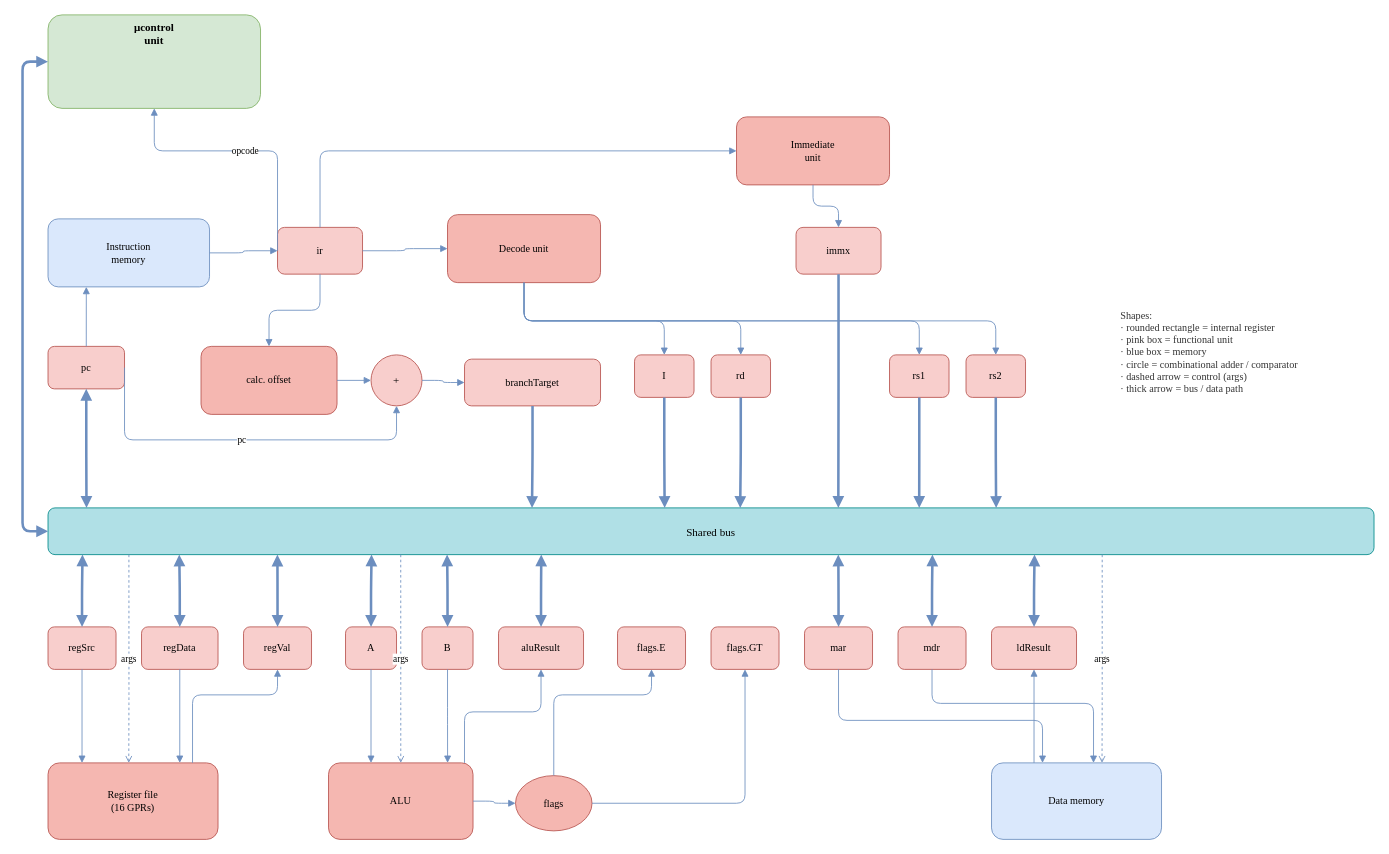
Before: control unit/docs/diagrams/datapath_overview.drawio in garv-iitr/Monolith, a draw.io diagram. Source tidied: cells renumbered, new cells numbered last; positions are measured from the earlier drawing's top-left corner, leaving out a move shared by most shapes. Both pictures are drawn from the tidied source at 85%, with x=0, y=0 at pixel (22, 14).
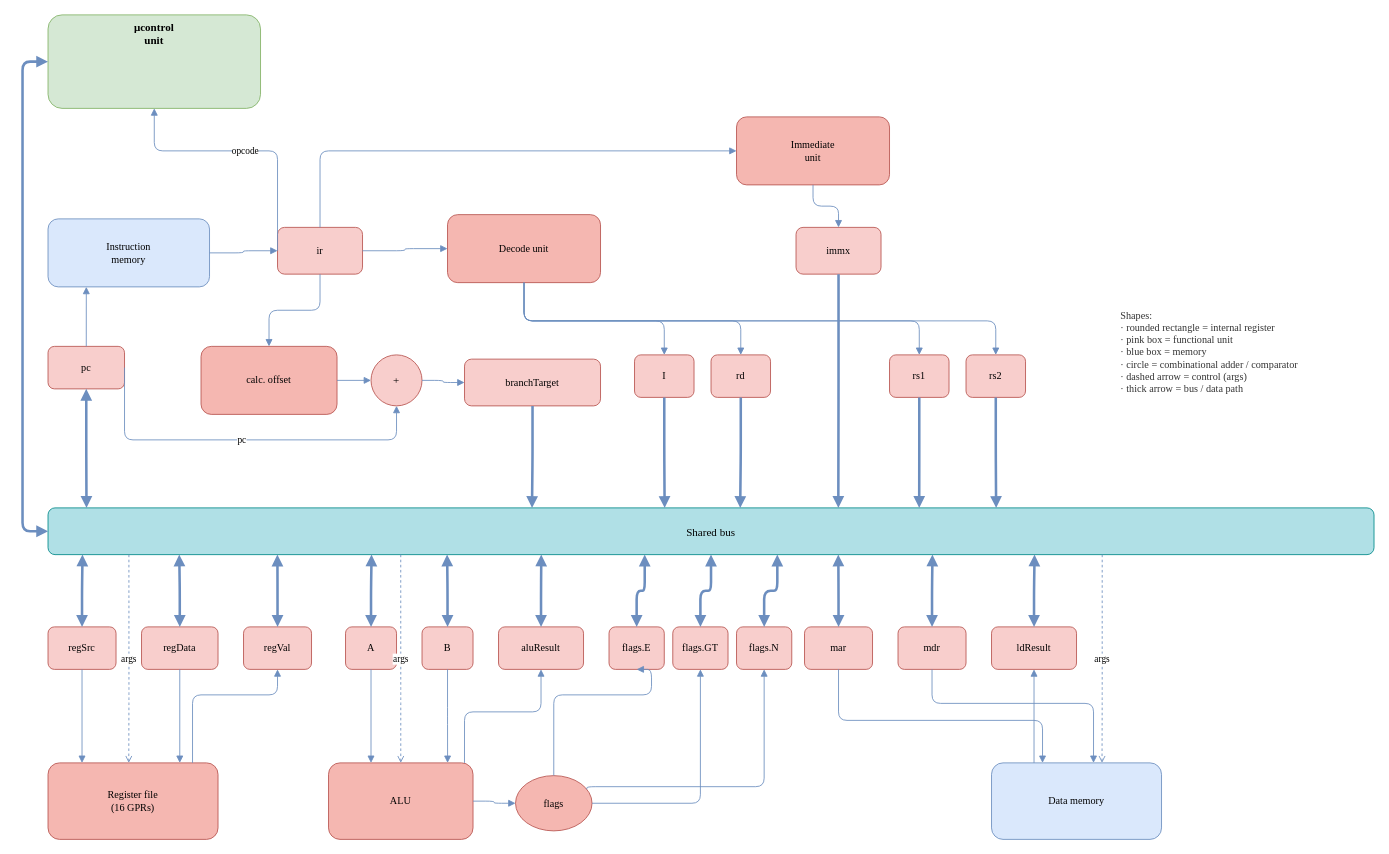
The same diagram, later.

Commit message (it also covers changes not shown here):
docs(diagrams): update README and diagrams for flags and control unit layout

The change refers to these unchanged cells:
```xml
<mxCell id="16" value="Shared bus" style="rounded=1;whiteSpace=wrap;html=1;fillColor=#B0E0E6;strokeColor=#008A8A;fontFamily=Times New Roman;fontSize=13;" parent="1" vertex="1">
  <mxGeometry x="30" y="580" width="1560" height="55" as="geometry" />
</mxCell>
<mxCell id="30" value="flags" style="ellipse;whiteSpace=wrap;html=1;fillColor=#F5B7B1;strokeColor=#B85450;fontFamily=Times New Roman;fontSize=12;" parent="1" vertex="1">
  <mxGeometry x="580" y="895" width="90" height="65" as="geometry" />
</mxCell>
```

Change to the diagram source:
```diff
@@
     <mxCell id="23" value="flags.E" style="rounded=1;whiteSpace=wrap;html=1;fillColor=#F8CECC;strokeColor=#B85450;fontFamily=Times New Roman;fontSize=12;" parent="1" vertex="1">
-      <mxGeometry x="700" y="720" width="80" height="50" as="geometry" />
+      <mxGeometry x="690" y="720" width="65" height="50" as="geometry" />
     </mxCell>
     <mxCell id="24" value="flags.GT" style="rounded=1;whiteSpace=wrap;html=1;fillColor=#F8CECC;strokeColor=#B85450;fontFamily=Times New Roman;fontSize=12;" parent="1" vertex="1">
-      <mxGeometry x="810" y="720" width="80" height="50" as="geometry" />
+      <mxGeometry x="765" y="720" width="65" height="50" as="geometry" />
     </mxCell>
+    <mxCell id="79" value="flags.N" style="rounded=1;whiteSpace=wrap;html=1;fillColor=#F8CECC;strokeColor=#B85450;fontFamily=Times New Roman;fontSize=12;" parent="1" vertex="1">
+      <mxGeometry x="840" y="720" width="65" height="50" as="geometry" />
+    </mxCell>
@@
+    <mxCell id="80" style="edgeStyle=orthogonalEdgeStyle;html=1;strokeColor=#6C8EBF;strokeWidth=3;startArrow=block;startFill=1;endArrow=block;endFill=1;exitX=0.5;exitY=0;entryX=0.450;entryY=1;" parent="1" edge="1" source="23" target="16">
+      <mxGeometry relative="1" as="geometry" />
+    </mxCell>
+    <mxCell id="81" style="edgeStyle=orthogonalEdgeStyle;html=1;strokeColor=#6C8EBF;strokeWidth=3;startArrow=block;startFill=1;endArrow=block;endFill=1;exitX=0.5;exitY=0;entryX=0.500;entryY=1;" parent="1" edge="1" source="24" target="16">
+      <mxGeometry relative="1" as="geometry" />
+    </mxCell>
+    <mxCell id="82" style="edgeStyle=orthogonalEdgeStyle;html=1;strokeColor=#6C8EBF;strokeWidth=3;startArrow=block;startFill=1;endArrow=block;endFill=1;exitX=0.5;exitY=0;entryX=0.550;entryY=1;" parent="1" edge="1" source="79" target="16">
+      <mxGeometry relative="1" as="geometry" />
+    </mxCell>
@@
     <mxCell id="72" style="edgeStyle=orthogonalEdgeStyle;html=1;strokeColor=#6C8EBF;endArrow=block;endFill=1;exitX=1;exitY=0.5;entryX=0.5;entryY=1;" parent="1" edge="1" source="30" target="24">
       <mxGeometry relative="1" as="geometry">
         <Array as="points">
-          <mxPoint x="850" y="927" />
+          <mxPoint x="797" y="927" />
         </Array>
       </mxGeometry>
     </mxCell>
+    <mxCell id="83" style="edgeStyle=orthogonalEdgeStyle;html=1;strokeColor=#6C8EBF;endArrow=block;endFill=1;exitX=1;exitY=0.2;entryX=0.5;entryY=1;" parent="1" edge="1" source="30" target="79">
+      <mxGeometry relative="1" as="geometry">
+        <Array as="points">
+          <mxPoint x="872" y="908" />
+        </Array>
+      </mxGeometry>
+    </mxCell>
```
